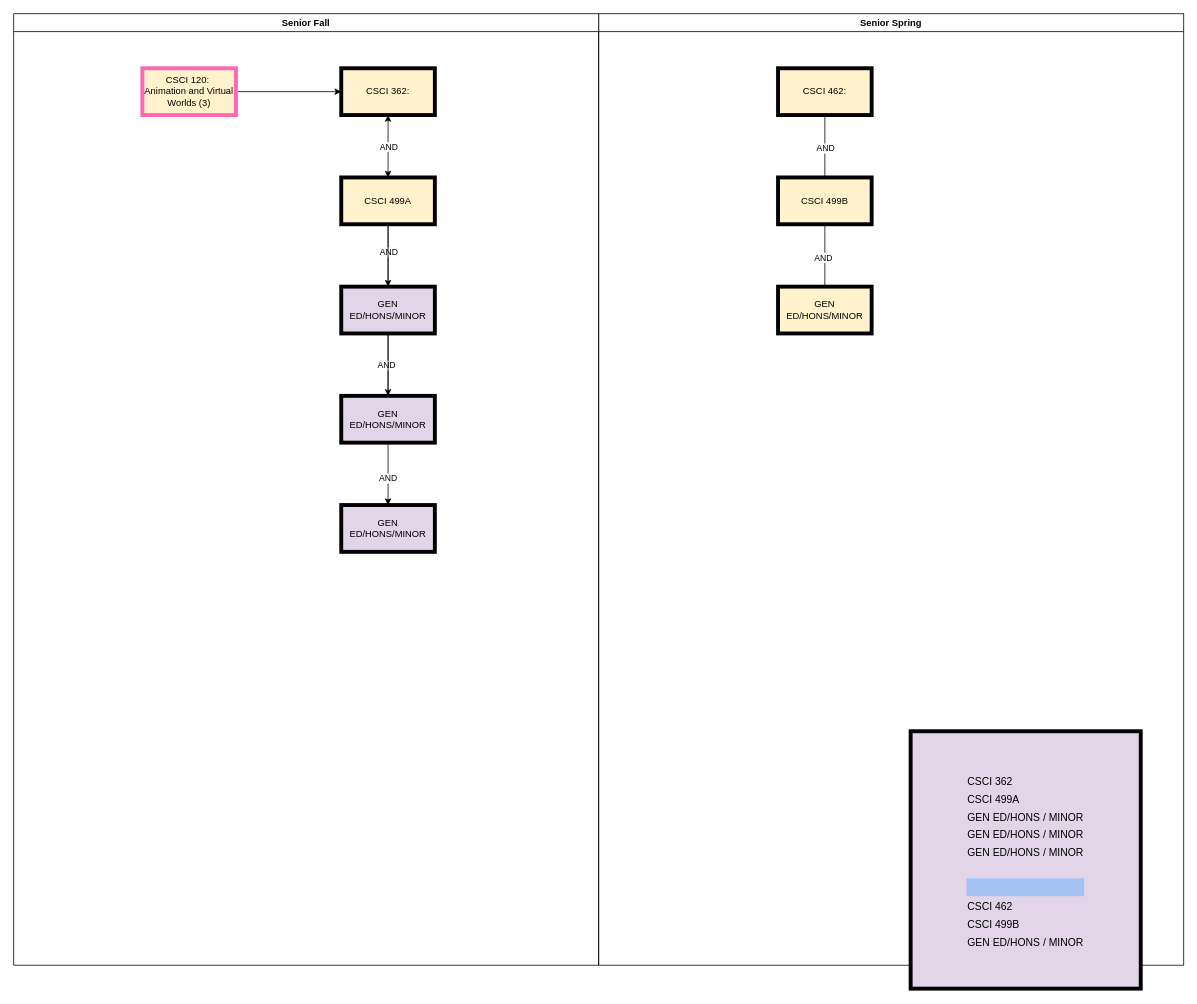
Earlier version of the draw.io diagram page "Senior" (5 of 5) of images/CSCI-class-flowchart.drawio (alma-lutas/skills-introduction-to-github). Source tidied: cells renumbered, new cells numbered last; positions are measured from the earlier drawing's top-left corner, leaving out a move shared by most shapes. Both pictures are drawn from the tidied source at 78%, with x=0, y=0 at pixel (13, 13).
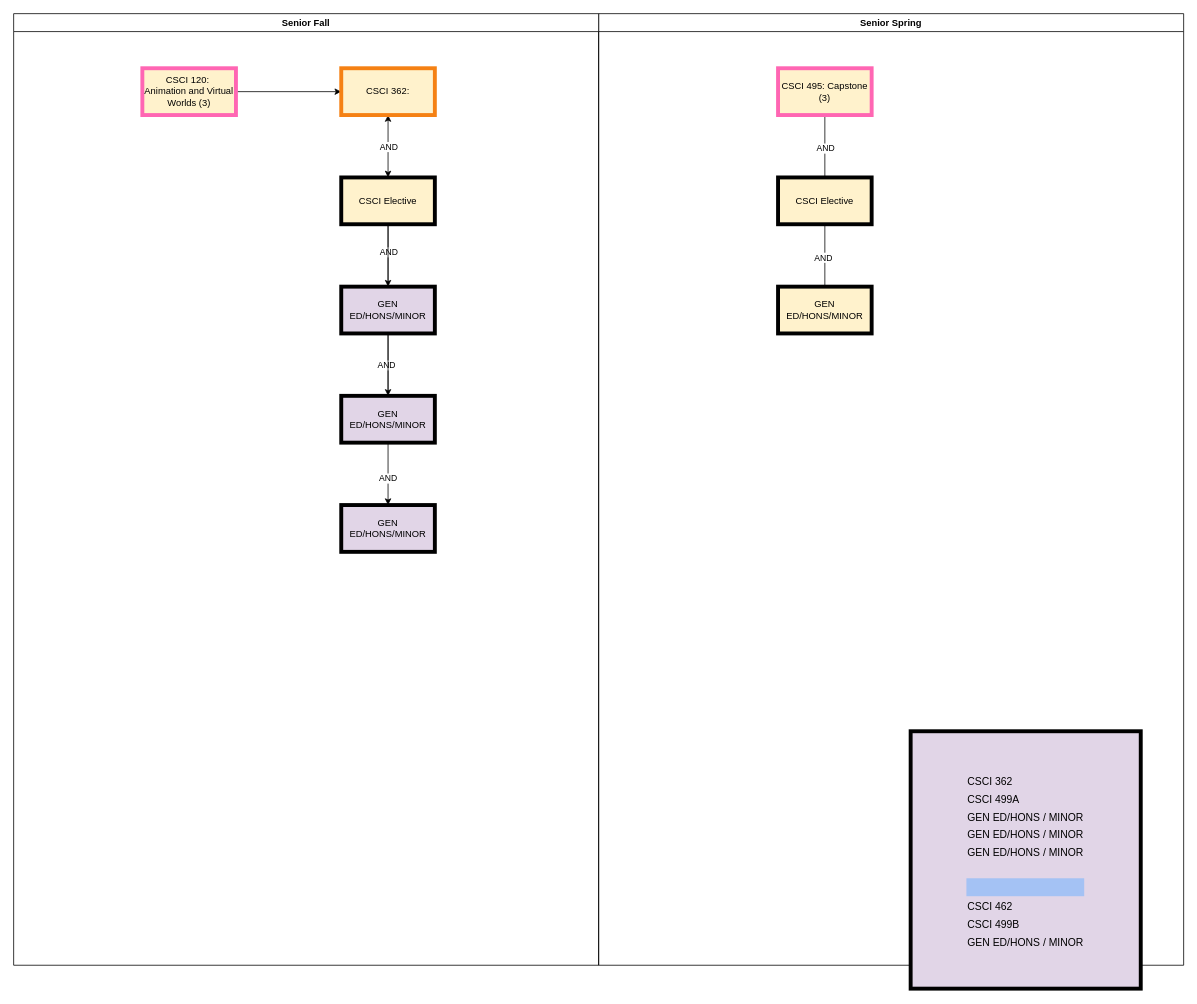
After the change.

Diff of the diagram source:
```diff
@@
-    <mxCell id="6" value="CSCI 362:" style="rounded=0;whiteSpace=wrap;html=1;fillColor=#fff2cc;strokeColor=#000000;strokeWidth=5;" parent="1" vertex="1">
+    <mxCell id="6" value="CSCI 362:" style="rounded=0;whiteSpace=wrap;html=1;fillColor=#fff2cc;strokeColor=#f58114;strokeWidth=5;" parent="1" vertex="1">
       <mxGeometry x="420" y="70" width="120" height="60" as="geometry" />
     </mxCell>
@@
-    <mxCell id="10" value="CSCI 499A" style="rounded=0;whiteSpace=wrap;html=1;fillColor=#fff2cc;strokeColor=#000000;strokeWidth=5;" parent="1" vertex="1">
+    <mxCell id="10" value="CSCI Elective" style="rounded=0;whiteSpace=wrap;html=1;fillColor=#fff2cc;strokeColor=#000000;strokeWidth=5;" parent="1" vertex="1">
       <mxGeometry x="420" y="210" width="120" height="60" as="geometry" />
     </mxCell>
@@
-    <mxCell id="27" value="CSCI 462:" style="rounded=0;whiteSpace=wrap;html=1;fillColor=#fff2cc;strokeColor=#000000;strokeWidth=5;" parent="1" vertex="1">
+    <mxCell id="27" value="CSCI 495: Capstone (3)" style="rounded=0;whiteSpace=wrap;html=1;fillColor=#fff2cc;strokeColor=#ff66b3;strokeWidth=5;" parent="1" vertex="1">
       <mxGeometry x="980" y="70" width="120" height="60" as="geometry" />
     </mxCell>
@@
-    <mxCell id="30" value="CSCI 499B" style="rounded=0;whiteSpace=wrap;html=1;fillColor=#fff2cc;strokeColor=#000000;strokeWidth=5;" parent="1" vertex="1">
+    <mxCell id="30" value="CSCI Elective" style="rounded=0;whiteSpace=wrap;html=1;fillColor=#fff2cc;strokeColor=#000000;strokeWidth=5;" parent="1" vertex="1">
       <mxGeometry x="980" y="210" width="120" height="60" as="geometry" />
     </mxCell>
```
